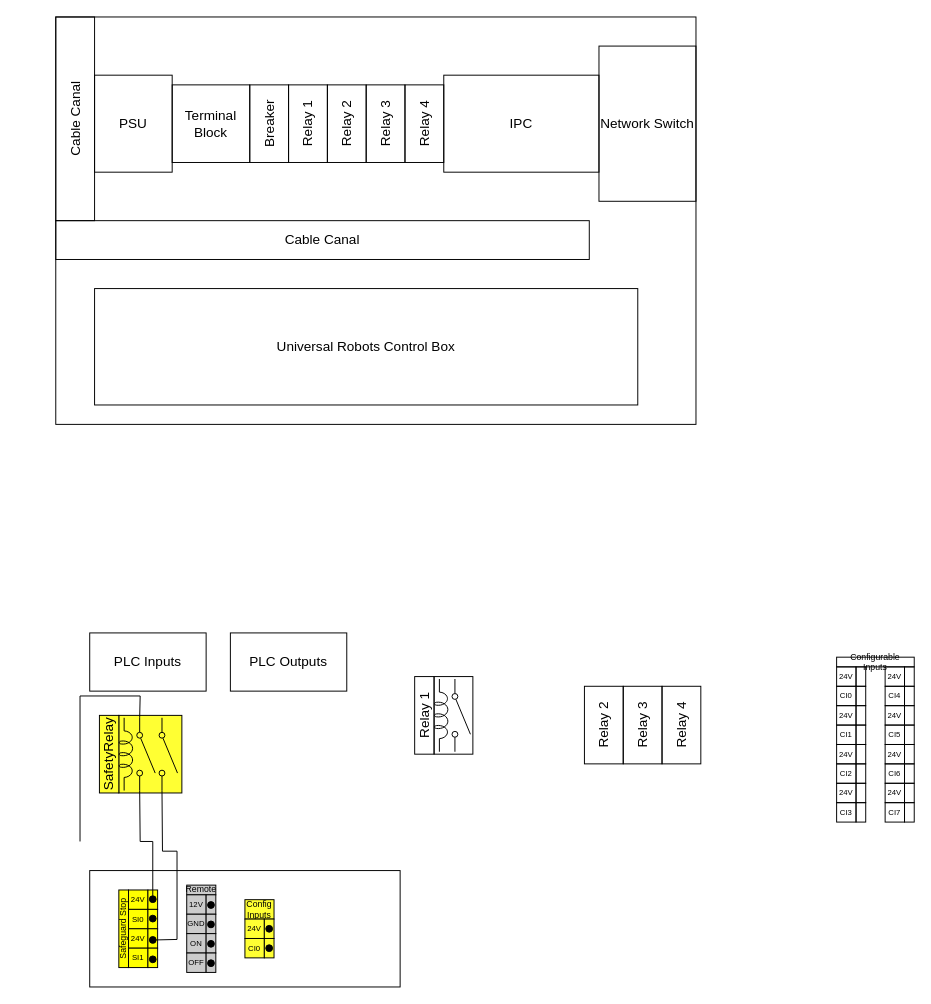
Above: Electric_Diagram.drawio in frangonzalez98/Diagramas_PFG (draw.io), before the change. Source tidied: cells renumbered, new cells numbered last; positions are measured from the earlier drawing's top-left corner, leaving out a move shared by most shapes. Both pictures are drawn from the tidied source at 97%, with x=0, y=0 at pixel (-27, 16).
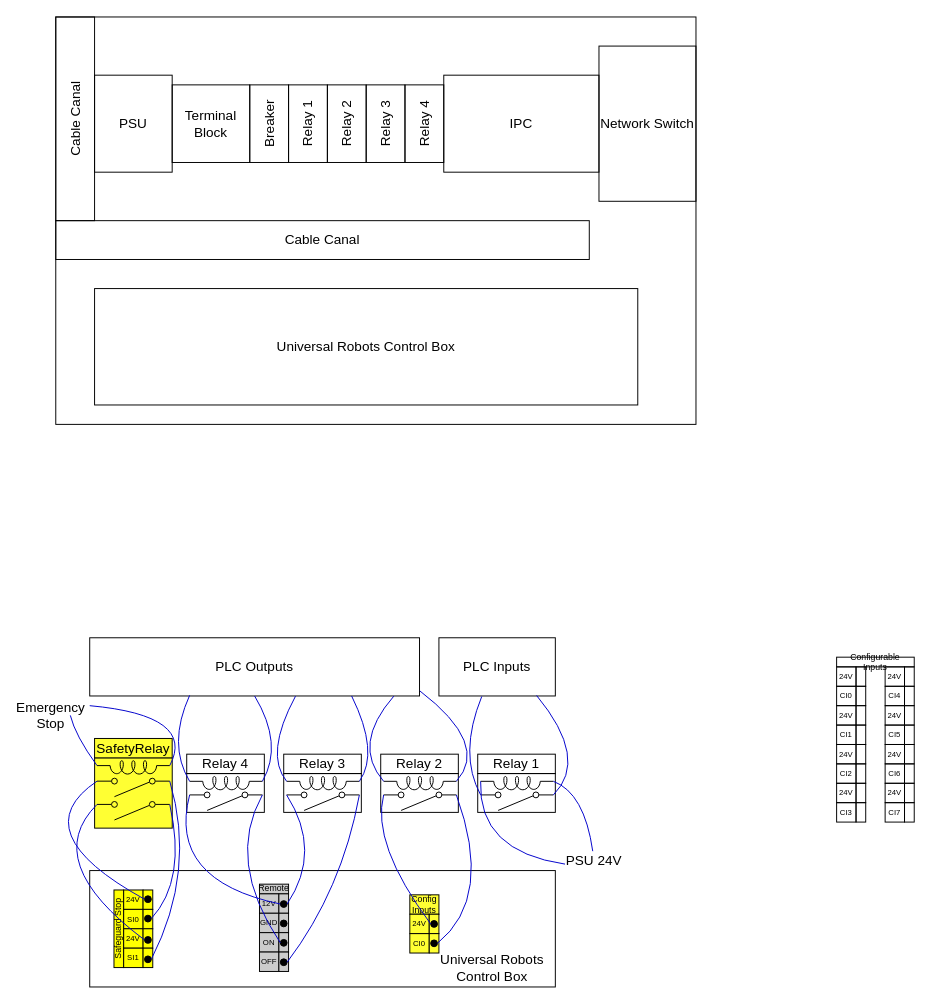
The same diagram, later.

Unchanged cells that the change refers to:
```xml
<mxCell id="69" style="ellipse;whiteSpace=wrap;html=1;strokeColor=#000000;fontSize=8;fillColor=#000000;" parent="59" vertex="1">
  <mxGeometry x="31.5" y="26" width="7" height="7" as="geometry" />
</mxCell>
<mxCell id="70" style="ellipse;whiteSpace=wrap;html=1;strokeColor=#000000;fontSize=8;fillColor=#000000;" parent="59" vertex="1">
  <mxGeometry x="31.5" y="6" width="7" height="7" as="geometry" />
</mxCell>
<mxCell id="71" style="ellipse;whiteSpace=wrap;html=1;strokeColor=#000000;fontSize=8;fillColor=#000000;" parent="59" vertex="1">
  <mxGeometry x="31.5" y="68" width="7" height="7" as="geometry" />
</mxCell>
<mxCell id="72" style="ellipse;whiteSpace=wrap;html=1;strokeColor=#000000;fontSize=8;fillColor=#000000;" parent="59" vertex="1">
  <mxGeometry x="31.5" y="48" width="7" height="7" as="geometry" />
</mxCell>
<mxCell id="83" style="ellipse;whiteSpace=wrap;html=1;strokeColor=#000000;fontSize=8;fillColor=#000000;" parent="73" vertex="1">
  <mxGeometry x="21.5" y="77" width="7" height="7" as="geometry" />
</mxCell>
<mxCell id="84" style="ellipse;whiteSpace=wrap;html=1;strokeColor=#000000;fontSize=8;fillColor=#000000;" parent="73" vertex="1">
  <mxGeometry x="21.5" y="57" width="7" height="7" as="geometry" />
</mxCell>
<mxCell id="86" style="ellipse;whiteSpace=wrap;html=1;strokeColor=#000000;fontSize=8;fillColor=#000000;" parent="73" vertex="1">
  <mxGeometry x="21.5" y="17" width="7" height="7" as="geometry" />
</mxCell>
<mxCell id="93" style="ellipse;whiteSpace=wrap;html=1;strokeColor=#000000;fontSize=8;fillColor=#000000;" parent="87" vertex="1">
  <mxGeometry x="21.5" y="46.5" width="7" height="7" as="geometry" />
</mxCell>
<mxCell id="94" style="ellipse;whiteSpace=wrap;html=1;strokeColor=#000000;fontSize=8;fillColor=#000000;" parent="87" vertex="1">
  <mxGeometry x="21.5" y="26.5" width="7" height="7" as="geometry" />
</mxCell>
```

Change to the diagram source:
```diff
@@
     <mxCell id="15" style="rounded=0;whiteSpace=wrap;html=1;fillColor=none;fontSize=14;" parent="1" vertex="1">
-      <mxGeometry x="120" y="880" width="320" height="120" as="geometry" />
+      <mxGeometry x="120" y="880" width="480" height="120" as="geometry" />
     </mxCell>
-    <mxCell id="16" value="&lt;div style=&quot;font-size: 14px;&quot;&gt;Relay 1&lt;/div&gt;" style="rounded=0;whiteSpace=wrap;html=1;fillColor=none;rotation=-90;fontSize=14;" parent="1" vertex="1">
-      <mxGeometry x="425" y="710" width="80" height="20" as="geometry" />
-    </mxCell>
-    <mxCell id="17" value="&lt;div style=&quot;font-size: 14px;&quot;&gt;Relay 2&lt;br&gt;&lt;/div&gt;" style="rounded=0;whiteSpace=wrap;html=1;fillColor=none;rotation=-90;fontSize=14;" parent="1" vertex="1">
-      <mxGeometry x="610" y="710" width="80" height="40" as="geometry" />
-    </mxCell>
-    <mxCell id="18" value="&lt;div style=&quot;font-size: 14px;&quot;&gt;Relay 3&lt;/div&gt;" style="rounded=0;whiteSpace=wrap;html=1;fillColor=none;rotation=-90;fontSize=14;" parent="1" vertex="1">
-      <mxGeometry x="650" y="710" width="80" height="40" as="geometry" />
-    </mxCell>
-    <mxCell id="19" value="&lt;div style=&quot;font-size: 14px;&quot;&gt;Relay 4&lt;/div&gt;" style="rounded=0;whiteSpace=wrap;html=1;fillColor=none;rotation=-90;fontSize=14;" parent="1" vertex="1">
-      <mxGeometry x="690" y="710" width="80" height="40" as="geometry" />
-    </mxCell>
     <mxCell id="20" value="PLC Inputs" style="rounded=0;whiteSpace=wrap;html=1;fontSize=14;fillColor=none;" parent="1" vertex="1">
-      <mxGeometry x="120" y="635" width="120" height="60" as="geometry" />
+      <mxGeometry x="480" y="640" width="120" height="60" as="geometry" />
     </mxCell>
     <mxCell id="21" value="&lt;div&gt;PLC Outputs&lt;/div&gt;" style="rounded=0;whiteSpace=wrap;html=1;fontSize=14;fillColor=none;" parent="1" vertex="1">
-      <mxGeometry x="265" y="635" width="120" height="60" as="geometry" />
+      <mxGeometry x="120" y="640" width="340" height="60" as="geometry" />
     </mxCell>
-    <mxCell id="22" style="group;" parent="1" vertex="1">
-      <mxGeometry x="475" y="680" width="40" height="80" as="geometry" />
-    </mxCell>
-    <mxCell id="23" style="shape=mxgraph.electrical.electro-mechanical.singleSwitch;elSwitchState=off;fontSize=14;fillColor=none;rotation=90;" parent="22" vertex="1">
-      <mxGeometry x="-10" y="30" width="75" height="20" as="geometry" />
-    </mxCell>
-    <mxCell id="24" style="verticalLabelPosition=bottom;shadow=0;dashed=0;align=center;html=1;verticalAlign=top;shape=mxgraph.electrical.inductors.inductor_5;fontSize=14;fillColor=none;rotation=90;" parent="22" vertex="1">
-      <mxGeometry x="-30" y="33" width="75" height="14" as="geometry" />
-    </mxCell>
-    <mxCell id="25" style="rounded=0;whiteSpace=wrap;html=1;fontSize=14;fillColor=none;" parent="22" vertex="1">
-      <mxGeometry width="40" height="80" as="geometry" />
-    </mxCell>
@@
     <mxCell id="59" style="group;" parent="1" vertex="1">
-      <mxGeometry x="150" y="900" width="45" height="80" as="geometry" />
+      <mxGeometry x="145" y="900" width="45" height="80" as="geometry" />
     </mxCell>
@@
     <mxCell id="73" style="group;" parent="1" vertex="1">
-      <mxGeometry x="220" y="895" width="30" height="90" as="geometry" />
+      <mxGeometry x="295" y="894" width="30" height="90" as="geometry" />
     </mxCell>
@@
     <mxCell id="87" style="group;" parent="1" vertex="1">
-      <mxGeometry x="280" y="910" width="30" height="60" as="geometry" />
+      <mxGeometry x="450" y="905" width="30" height="60" as="geometry" />
     </mxCell>
@@
-    <mxCell id="95" style="group;" parent="1" vertex="1">
-      <mxGeometry x="130" y="720" width="85" height="80" as="geometry" />
-    </mxCell>
+    <mxCell id="104" value="Universal Robots Control Box" style="text;html=1;strokeColor=none;fillColor=none;align=center;verticalAlign=middle;whiteSpace=wrap;rounded=0;fontSize=14;" parent="1" vertex="1">
+      <mxGeometry x="480" y="965" width="110" height="30" as="geometry" />
+    </mxCell>
+    <mxCell id="105" style="group;" parent="1" vertex="1">
+      <mxGeometry x="125" y="743.8" width="80" height="92.5" as="geometry" />
+    </mxCell>
-    <mxCell id="96" style="rounded=0;whiteSpace=wrap;html=1;fontSize=14;fillColor=#FFFF33;" parent="95" vertex="1">
-      <mxGeometry x="20" width="65" height="80" as="geometry" />
+    <mxCell id="96" style="rounded=0;whiteSpace=wrap;html=1;fontSize=14;fillColor=#FFFF33;rotation=90;" parent="105" vertex="1">
+      <mxGeometry x="3.8" y="16.2" width="72.5" height="80" as="geometry" />
     </mxCell>
-    <mxCell id="97" value="SafetyRelay" style="rounded=0;whiteSpace=wrap;html=1;fillColor=#FFFF33;rotation=-90;fontSize=14;" parent="95" vertex="1">
-      <mxGeometry x="-30" y="30" width="80" height="20" as="geometry" />
+    <mxCell id="97" value="SafetyRelay" style="rounded=0;whiteSpace=wrap;html=1;fillColor=#FFFF33;rotation=0;fontSize=14;" parent="105" vertex="1">
+      <mxGeometry width="80" height="20" as="geometry" />
     </mxCell>
-    <mxCell id="98" style="shape=mxgraph.electrical.electro-mechanical.singleSwitch;elSwitchState=off;fontSize=14;fillColor=#FFFF33;rotation=90;" parent="95" vertex="1">
-      <mxGeometry x="10" y="30" width="75" height="20" as="geometry" />
+    <mxCell id="98" style="shape=mxgraph.electrical.electro-mechanical.singleSwitch;elSwitchState=off;fontSize=14;fillColor=#FFFF33;rotation=180;" parent="105" vertex="1">
+      <mxGeometry x="2.5" y="40" width="75" height="20" as="geometry" />
     </mxCell>
-    <mxCell id="99" style="verticalLabelPosition=bottom;shadow=0;dashed=0;align=center;html=1;verticalAlign=top;shape=mxgraph.electrical.inductors.inductor_5;fontSize=14;fillColor=#FFFF33;rotation=90;" parent="95" vertex="1">
-      <mxGeometry x="-10" y="33" width="75" height="14" as="geometry" />
+    <mxCell id="99" style="verticalLabelPosition=bottom;shadow=0;dashed=0;align=center;html=1;verticalAlign=top;shape=mxgraph.electrical.inductors.inductor_5;fontSize=14;fillColor=#FFFF33;rotation=180;" parent="105" vertex="1">
+      <mxGeometry x="2.5" y="23" width="75" height="14" as="geometry" />
     </mxCell>
-    <mxCell id="100" style="shape=mxgraph.electrical.electro-mechanical.singleSwitch;elSwitchState=off;fontSize=14;fillColor=#FFFF33;rotation=90;" parent="95" vertex="1">
-      <mxGeometry x="33" y="30" width="75" height="20" as="geometry" />
+    <mxCell id="100" style="shape=mxgraph.electrical.electro-mechanical.singleSwitch;elSwitchState=off;fontSize=14;fillColor=#FFFF33;rotation=180;" parent="105" vertex="1">
+      <mxGeometry x="2.5" y="64" width="75" height="20" as="geometry" />
     </mxCell>
+    <mxCell id="106" style="endArrow=none;html=1;fontSize=14;curved=1;exitX=1;exitY=0.645;exitDx=0;exitDy=0;exitPerimeter=0;strokeColor=#0000CC;" parent="105" edge="1" source="99">
+      <mxGeometry relative="1" as="geometry">
+        <mxPoint x="-25" y="-23.8" as="targetPoint" />
+        <Array as="points">
+          <mxPoint x="-20" y="-3.1" />
+        </Array>
+      </mxGeometry>
+    </mxCell>
+    <mxCell id="107" style="group;" parent="1" vertex="1">
+      <mxGeometry x="320" y="760" width="80" height="60" as="geometry" />
+    </mxCell>
+    <mxCell id="108" style="rounded=0;whiteSpace=wrap;html=1;fontSize=14;fillColor=none;rotation=90;" parent="107" vertex="1">
+      <mxGeometry x="20" width="40" height="80" as="geometry" />
+    </mxCell>
+    <mxCell id="18" value="&lt;div style=&quot;font-size: 14px;&quot;&gt;Relay 3&lt;/div&gt;" style="rounded=0;whiteSpace=wrap;html=1;fillColor=none;rotation=0;fontSize=14;" parent="107" vertex="1">
+      <mxGeometry width="80" height="20" as="geometry" />
+    </mxCell>
+    <mxCell id="109" style="shape=mxgraph.electrical.electro-mechanical.singleSwitch;elSwitchState=off;fontSize=14;fillColor=none;rotation=180;" parent="107" vertex="1">
+      <mxGeometry x="3" y="38" width="75" height="20" as="geometry" />
+    </mxCell>
+    <mxCell id="110" style="verticalLabelPosition=bottom;shadow=0;dashed=0;align=center;html=1;verticalAlign=top;shape=mxgraph.electrical.inductors.inductor_5;fontSize=14;fillColor=none;rotation=180;" parent="107" vertex="1">
+      <mxGeometry x="3" y="23" width="75" height="14" as="geometry" />
+    </mxCell>
+    <mxCell id="111" style="group;" parent="1" vertex="1">
+      <mxGeometry x="220" y="760" width="80" height="60" as="geometry" />
+    </mxCell>
+    <mxCell id="112" style="rounded=0;whiteSpace=wrap;html=1;fontSize=14;fillColor=none;rotation=90;" parent="111" vertex="1">
+      <mxGeometry x="20" width="40" height="80" as="geometry" />
+    </mxCell>
+    <mxCell id="19" value="&lt;div style=&quot;font-size: 14px;&quot;&gt;Relay 4&lt;br&gt;&lt;/div&gt;" style="rounded=0;whiteSpace=wrap;html=1;fillColor=none;rotation=0;fontSize=14;" parent="111" vertex="1">
+      <mxGeometry width="80" height="20" as="geometry" />
+    </mxCell>
+    <mxCell id="113" style="shape=mxgraph.electrical.electro-mechanical.singleSwitch;elSwitchState=off;fontSize=14;fillColor=none;rotation=180;" parent="111" vertex="1">
+      <mxGeometry x="3" y="38" width="75" height="20" as="geometry" />
+    </mxCell>
+    <mxCell id="114" style="verticalLabelPosition=bottom;shadow=0;dashed=0;align=center;html=1;verticalAlign=top;shape=mxgraph.electrical.inductors.inductor_5;fontSize=14;fillColor=none;rotation=180;" parent="111" vertex="1">
+      <mxGeometry x="3" y="23" width="75" height="14" as="geometry" />
+    </mxCell>
+    <mxCell id="115" style="group;" parent="1" vertex="1">
+      <mxGeometry x="420" y="760" width="80" height="60" as="geometry" />
+    </mxCell>
+    <mxCell id="116" style="rounded=0;whiteSpace=wrap;html=1;fontSize=14;fillColor=none;rotation=90;" parent="115" vertex="1">
+      <mxGeometry x="20" width="40" height="80" as="geometry" />
+    </mxCell>
+    <mxCell id="17" value="&lt;div style=&quot;font-size: 14px;&quot;&gt;Relay 2&lt;br&gt;&lt;/div&gt;" style="rounded=0;whiteSpace=wrap;html=1;fillColor=none;rotation=0;fontSize=14;" parent="115" vertex="1">
+      <mxGeometry width="80" height="20" as="geometry" />
+    </mxCell>
+    <mxCell id="117" style="shape=mxgraph.electrical.electro-mechanical.singleSwitch;elSwitchState=off;fontSize=14;fillColor=none;rotation=180;" parent="115" vertex="1">
+      <mxGeometry x="3" y="38" width="75" height="20" as="geometry" />
+    </mxCell>
+    <mxCell id="118" style="verticalLabelPosition=bottom;shadow=0;dashed=0;align=center;html=1;verticalAlign=top;shape=mxgraph.electrical.inductors.inductor_5;fontSize=14;fillColor=none;rotation=180;" parent="115" vertex="1">
+      <mxGeometry x="3" y="23" width="75" height="14" as="geometry" />
+    </mxCell>
+    <mxCell id="119" style="group;" parent="1" vertex="1">
+      <mxGeometry x="520" y="760" width="80" height="60" as="geometry" />
+    </mxCell>
+    <mxCell id="120" style="rounded=0;whiteSpace=wrap;html=1;fontSize=14;fillColor=none;rotation=90;" parent="119" vertex="1">
+      <mxGeometry x="20" width="40" height="80" as="geometry" />
+    </mxCell>
+    <mxCell id="16" value="&lt;div style=&quot;font-size: 14px;&quot;&gt;Relay 1&lt;br&gt;&lt;/div&gt;" style="rounded=0;whiteSpace=wrap;html=1;fillColor=none;rotation=0;fontSize=14;" parent="119" vertex="1">
+      <mxGeometry width="80" height="20" as="geometry" />
+    </mxCell>
+    <mxCell id="121" style="shape=mxgraph.electrical.electro-mechanical.singleSwitch;elSwitchState=off;fontSize=14;fillColor=none;rotation=180;" parent="119" vertex="1">
+      <mxGeometry x="3" y="38" width="75" height="20" as="geometry" />
+    </mxCell>
+    <mxCell id="122" style="verticalLabelPosition=bottom;shadow=0;dashed=0;align=center;html=1;verticalAlign=top;shape=mxgraph.electrical.inductors.inductor_5;fontSize=14;fillColor=none;rotation=180;" parent="119" vertex="1">
+      <mxGeometry x="3" y="23" width="75" height="14" as="geometry" />
+    </mxCell>
+    <mxCell id="123" style="endArrow=none;html=1;fontSize=14;curved=1;entryX=0.303;entryY=0.989;entryDx=0;entryDy=0;exitX=1;exitY=0.645;exitDx=0;exitDy=0;exitPerimeter=0;entryPerimeter=0;strokeColor=#0000CC;" parent="1" edge="1" source="114" target="21">
+      <mxGeometry relative="1" as="geometry">
+        <Array as="points">
+          <mxPoint x="200" y="750" />
+        </Array>
+      </mxGeometry>
+    </mxCell>
+    <mxCell id="124" style="endArrow=none;html=1;fontSize=14;curved=1;exitX=0;exitY=0.645;exitDx=0;exitDy=0;exitPerimeter=0;strokeColor=#0000CC;" parent="1" edge="1" source="114">
+      <mxGeometry relative="1" as="geometry">
+        <mxPoint x="290" y="700" as="targetPoint" />
+        <Array as="points">
+          <mxPoint x="320" y="750" />
+        </Array>
+      </mxGeometry>
+    </mxCell>
+    <mxCell id="125" style="endArrow=none;html=1;fontSize=14;curved=1;exitX=0;exitY=0.645;exitDx=0;exitDy=0;exitPerimeter=0;strokeColor=#0000CC;" parent="1" edge="1" source="110">
+      <mxGeometry relative="1" as="geometry">
+        <mxPoint x="390" y="700" as="targetPoint" />
+        <Array as="points">
+          <mxPoint x="418.8" y="758.3" />
+        </Array>
+      </mxGeometry>
+    </mxCell>
+    <mxCell id="126" style="endArrow=none;html=1;fontSize=14;curved=1;entryX=1.001;entryY=0.913;entryDx=0;entryDy=0;exitX=0;exitY=0.645;exitDx=0;exitDy=0;exitPerimeter=0;entryPerimeter=0;strokeColor=#0000CC;" parent="1" edge="1" source="118" target="21">
+      <mxGeometry relative="1" as="geometry">
+        <Array as="points">
+          <mxPoint x="532.5" y="750" />
+        </Array>
+      </mxGeometry>
+    </mxCell>
+    <mxCell id="127" style="endArrow=none;html=1;fontSize=14;curved=1;entryX=0.624;entryY=1.003;entryDx=0;entryDy=0;exitX=1;exitY=0.645;exitDx=0;exitDy=0;exitPerimeter=0;entryPerimeter=0;strokeColor=#0000CC;" parent="1" edge="1" source="110" target="21">
+      <mxGeometry relative="1" as="geometry">
+        <Array as="points">
+          <mxPoint x="300" y="760" />
+        </Array>
+      </mxGeometry>
+    </mxCell>
+    <mxCell id="128" style="endArrow=none;html=1;fontSize=14;curved=1;entryX=0.922;entryY=1.003;entryDx=0;entryDy=0;exitX=1;exitY=0.645;exitDx=0;exitDy=0;exitPerimeter=0;entryPerimeter=0;strokeColor=#0000CC;" parent="1" edge="1" source="118" target="21">
+      <mxGeometry relative="1" as="geometry">
+        <Array as="points">
+          <mxPoint x="390" y="750" />
+        </Array>
+      </mxGeometry>
+    </mxCell>
+    <mxCell id="129" style="endArrow=none;html=1;fontSize=14;curved=1;exitX=0;exitY=0.645;exitDx=0;exitDy=0;exitPerimeter=0;strokeColor=#0000CC;" parent="1" edge="1" source="99">
+      <mxGeometry relative="1" as="geometry">
+        <mxPoint x="120" y="710" as="targetPoint" />
+        <Array as="points">
+          <mxPoint x="230" y="720" />
+        </Array>
+      </mxGeometry>
+    </mxCell>
+    <mxCell id="130" value="Emergency Stop" style="text;html=1;strokeColor=none;fillColor=none;align=center;verticalAlign=middle;whiteSpace=wrap;rounded=0;fontSize=14;" parent="1" vertex="1">
+      <mxGeometry x="50" y="705" width="60" height="30" as="geometry" />
+    </mxCell>
-    <mxCell id="101" style="endArrow=none;html=1;rounded=0;fontSize=8;exitX=0.5;exitY=0;exitDx=0;exitDy=0;entryX=1;entryY=0.8;entryDx=0;entryDy=0;" parent="1" edge="1" source="70" target="98">
+    <mxCell id="101" style="endArrow=none;html=1;fontSize=14;curved=1;entryX=1;entryY=0.8;entryDx=0;entryDy=0;exitX=0;exitY=0.5;exitDx=0;exitDy=0;strokeColor=#0000CC;" parent="1" edge="1" source="70" target="98">
       <mxGeometry relative="1" as="geometry">
         <Array as="points">
-          <mxPoint x="185" y="850" />
-          <mxPoint x="172" y="850" />
+          <mxPoint x="50" y="840" />
         </Array>
       </mxGeometry>
     </mxCell>
+    <mxCell id="131" style="endArrow=none;html=1;fontSize=14;curved=1;exitX=1;exitY=0.5;exitDx=0;exitDy=0;entryX=0;entryY=0.8;entryDx=0;entryDy=0;strokeColor=#0000CC;" parent="1" edge="1" source="71" target="98">
+      <mxGeometry relative="1" as="geometry">
+        <Array as="points">
+          <mxPoint x="230" y="880" />
+        </Array>
+      </mxGeometry>
+    </mxCell>
-    <mxCell id="102" style="endArrow=none;html=1;rounded=0;fontSize=8;exitX=1;exitY=0.5;exitDx=0;exitDy=0;entryX=1;entryY=0.8;entryDx=0;entryDy=0;" parent="1" edge="1" source="72" target="100">
+    <mxCell id="102" style="endArrow=none;html=1;fontSize=14;curved=1;entryX=1;entryY=0.8;entryDx=0;entryDy=0;exitX=0;exitY=0.5;exitDx=0;exitDy=0;strokeColor=#0000CC;" parent="1" edge="1" source="72" target="100">
       <mxGeometry relative="1" as="geometry">
         <Array as="points">
-          <mxPoint x="210" y="951" />
-          <mxPoint x="210" y="860" />
-          <mxPoint x="195" y="860" />
+          <mxPoint x="68.5" y="870.7" />
         </Array>
       </mxGeometry>
     </mxCell>
-    <mxCell id="103" style="endArrow=none;html=1;rounded=0;fontSize=8;entryX=0;entryY=0.8;entryDx=0;entryDy=0;" parent="1" edge="1" target="98">
-      <mxGeometry relative="1" as="geometry">
-        <mxPoint x="110" y="850" as="sourcePoint" />
-        <Array as="points">
-          <mxPoint x="110" y="700" />
-          <mxPoint x="172" y="700" />
-        </Array>
-      </mxGeometry>
-    </mxCell>
+    <mxCell id="132" style="endArrow=none;html=1;fontSize=14;curved=1;exitX=1;exitY=0.5;exitDx=0;exitDy=0;entryX=0;entryY=0.8;entryDx=0;entryDy=0;strokeColor=#0000CC;" parent="1" edge="1" source="69" target="100">
+      <mxGeometry relative="1" as="geometry">
+        <Array as="points">
+          <mxPoint x="220" y="890" />
+        </Array>
+      </mxGeometry>
+    </mxCell>
+    <mxCell id="133" style="endArrow=none;html=1;fontSize=14;curved=1;entryX=1;entryY=0.8;entryDx=0;entryDy=0;exitX=0;exitY=0.5;exitDx=0;exitDy=0;strokeColor=#0000CC;" parent="1" edge="1" source="86" target="113">
+      <mxGeometry relative="1" as="geometry">
+        <Array as="points">
+          <mxPoint x="200" y="890" />
+        </Array>
+      </mxGeometry>
+    </mxCell>
+    <mxCell id="134" style="endArrow=none;html=1;fontSize=14;curved=1;exitX=1;exitY=0.5;exitDx=0;exitDy=0;entryX=1;entryY=0.8;entryDx=0;entryDy=0;strokeColor=#0000CC;" parent="1" edge="1" source="86" target="109">
+      <mxGeometry relative="1" as="geometry">
+        <Array as="points">
+          <mxPoint x="360" y="860" />
+        </Array>
+      </mxGeometry>
+    </mxCell>
+    <mxCell id="135" style="endArrow=none;html=1;fontSize=14;curved=1;exitX=0;exitY=0.5;exitDx=0;exitDy=0;entryX=0;entryY=0.8;entryDx=0;entryDy=0;strokeColor=#0000CC;" parent="1" edge="1" source="84" target="113">
+      <mxGeometry relative="1" as="geometry">
+        <Array as="points">
+          <mxPoint x="260" y="870" />
+        </Array>
+      </mxGeometry>
+    </mxCell>
+    <mxCell id="136" style="endArrow=none;html=1;fontSize=14;curved=1;exitX=1;exitY=0.5;exitDx=0;exitDy=0;entryX=0;entryY=0.8;entryDx=0;entryDy=0;strokeColor=#0000CC;" parent="1" edge="1" source="83" target="109">
+      <mxGeometry relative="1" as="geometry">
+        <Array as="points">
+          <mxPoint x="380" y="900" />
+        </Array>
+      </mxGeometry>
+    </mxCell>
+    <mxCell id="137" style="endArrow=none;html=1;fontSize=14;curved=1;entryX=1;entryY=0.8;entryDx=0;entryDy=0;exitX=0;exitY=0.5;exitDx=0;exitDy=0;strokeColor=#0000CC;" parent="1" edge="1" source="94" target="117">
+      <mxGeometry relative="1" as="geometry">
+        <Array as="points">
+          <mxPoint x="410" y="852.2" />
+        </Array>
+      </mxGeometry>
+    </mxCell>
+    <mxCell id="138" style="endArrow=none;html=1;fontSize=14;curved=1;exitX=1;exitY=0.5;exitDx=0;exitDy=0;entryX=0;entryY=0.8;entryDx=0;entryDy=0;strokeColor=#0000CC;" parent="1" edge="1" source="93" target="117">
+      <mxGeometry relative="1" as="geometry">
+        <Array as="points">
+          <mxPoint x="536.5" y="908.2" />
+        </Array>
+      </mxGeometry>
+    </mxCell>
+    <mxCell id="139" style="endArrow=none;html=1;fontSize=14;curved=1;entryX=0.839;entryY=0.991;entryDx=0;entryDy=0;exitX=0;exitY=0.8;exitDx=0;exitDy=0;entryPerimeter=0;strokeColor=#0000CC;" parent="1" edge="1" source="121" target="20">
+      <mxGeometry relative="1" as="geometry">
+        <Array as="points">
+          <mxPoint x="635" y="765.2" />
+        </Array>
+      </mxGeometry>
+    </mxCell>
+    <mxCell id="140" style="endArrow=none;html=1;fontSize=14;curved=1;entryX=0.368;entryY=1.009;entryDx=0;entryDy=0;exitX=1;exitY=0.8;exitDx=0;exitDy=0;entryPerimeter=0;strokeColor=#0000CC;" parent="1" edge="1" source="121" target="20">
+      <mxGeometry relative="1" as="geometry">
+        <Array as="points">
+          <mxPoint x="500" y="760" />
+        </Array>
+      </mxGeometry>
+    </mxCell>
+    <mxCell id="141" style="endArrow=none;html=1;fontSize=14;curved=1;entryX=1;entryY=0.645;entryDx=0;entryDy=0;entryPerimeter=0;exitX=0;exitY=0.667;exitDx=0;exitDy=0;exitPerimeter=0;strokeColor=#0000CC;" parent="1" edge="1" source="143" target="122">
+      <mxGeometry relative="1" as="geometry">
+        <Array as="points">
+          <mxPoint x="520" y="860.2" />
+        </Array>
+      </mxGeometry>
+    </mxCell>
+    <mxCell id="142" style="endArrow=none;html=1;fontSize=14;curved=1;entryX=0;entryY=0.645;entryDx=0;entryDy=0;entryPerimeter=0;strokeColor=#0000CC;" parent="1" edge="1" source="143" target="122">
+      <mxGeometry relative="1" as="geometry">
+        <Array as="points">
+          <mxPoint x="630" y="800" />
+        </Array>
+      </mxGeometry>
+    </mxCell>
+    <mxCell id="143" value="PSU 24V" style="text;html=1;strokeColor=none;fillColor=none;align=center;verticalAlign=middle;whiteSpace=wrap;rounded=0;fontSize=14;" parent="1" vertex="1">
+      <mxGeometry x="610" y="860" width="60" height="20" as="geometry" />
+    </mxCell>
```
